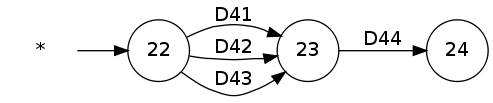
Above: Prácticas/P1/img/grafo_inicial_pruebas.png in srug86/pgsiesi (Graphviz), before the change. Its source is kept beside it as Prácticas/P1/img/grafo_inicial_pruebas.dot.
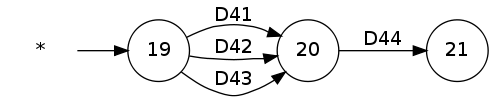
Later version of the same file.

Change to the diagram source:
```diff
@@ -2,9 +2,9 @@
 	rankdir = LR;
 	"*" [shape=plaintext]
 	node [shape = circle];
-	"*" -> 22;
-	22 -> 23 [label = "D41"];
-	22 -> 23 [label = "D42"];
-	22 -> 23 [label = "D43"];
-	23 -> 24 [label = "D44"];
+	"*" -> 19;
+	19 -> 20 [label = "D41"];
+	19 -> 20 [label = "D42"];
+	19 -> 20 [label = "D43"];
+	20 -> 21 [label = "D44"];
 }
```
